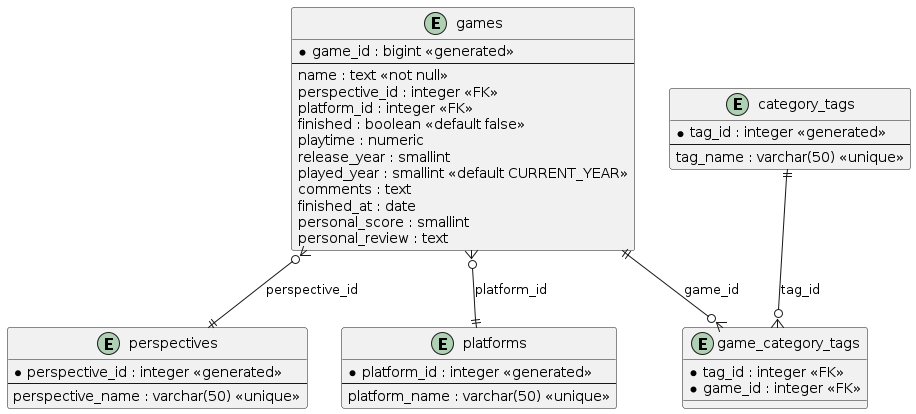
thjunge11/simpleFlaskWebApp keeps this PlantUML diagram as utils/assets/erd_diagram.png. Above is the earlier version.
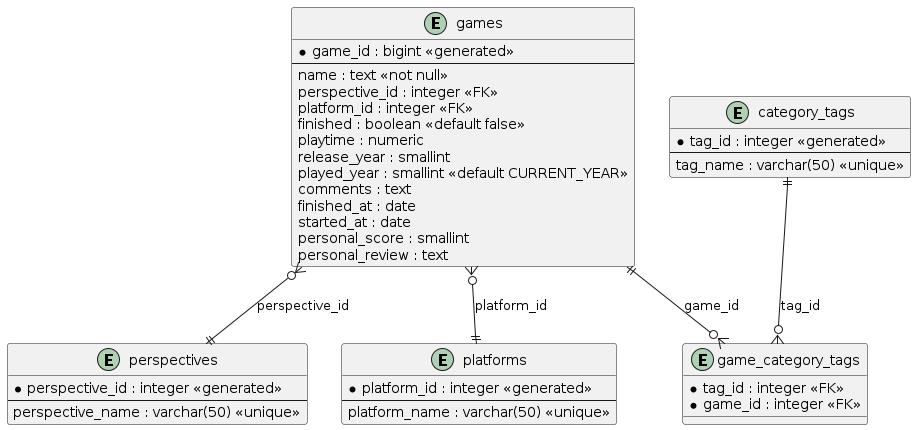
The same file after the commit.

Diff of the diagram source:
```diff
@@ -11,6 +11,7 @@
   played_year : smallint <<default CURRENT_YEAR>>
   comments : text
   finished_at : date
+  started_at : date
   personal_score : smallint
   personal_review : text
 }
```
